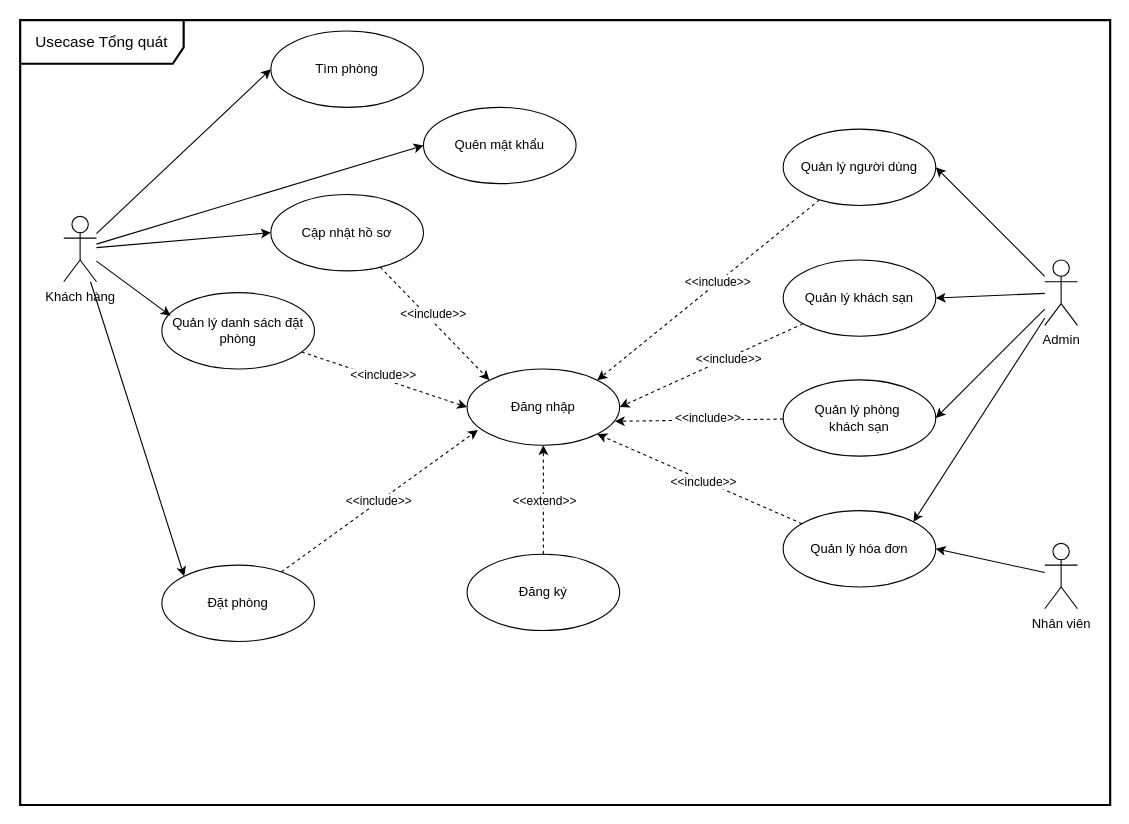
KMA-TTCS-Nhom32/documents keeps this draw.io diagram as page "UCTQ" (1 of 6) of usecase-diagrams.drawio. Above is the earlier version. Source tidied: cells renumbered, new cells numbered last; positions are measured from the earlier drawing's top-left corner, leaving out a move shared by most shapes. Both pictures are drawn from the tidied source at 109%, with x=0, y=0 at pixel (20, 20).
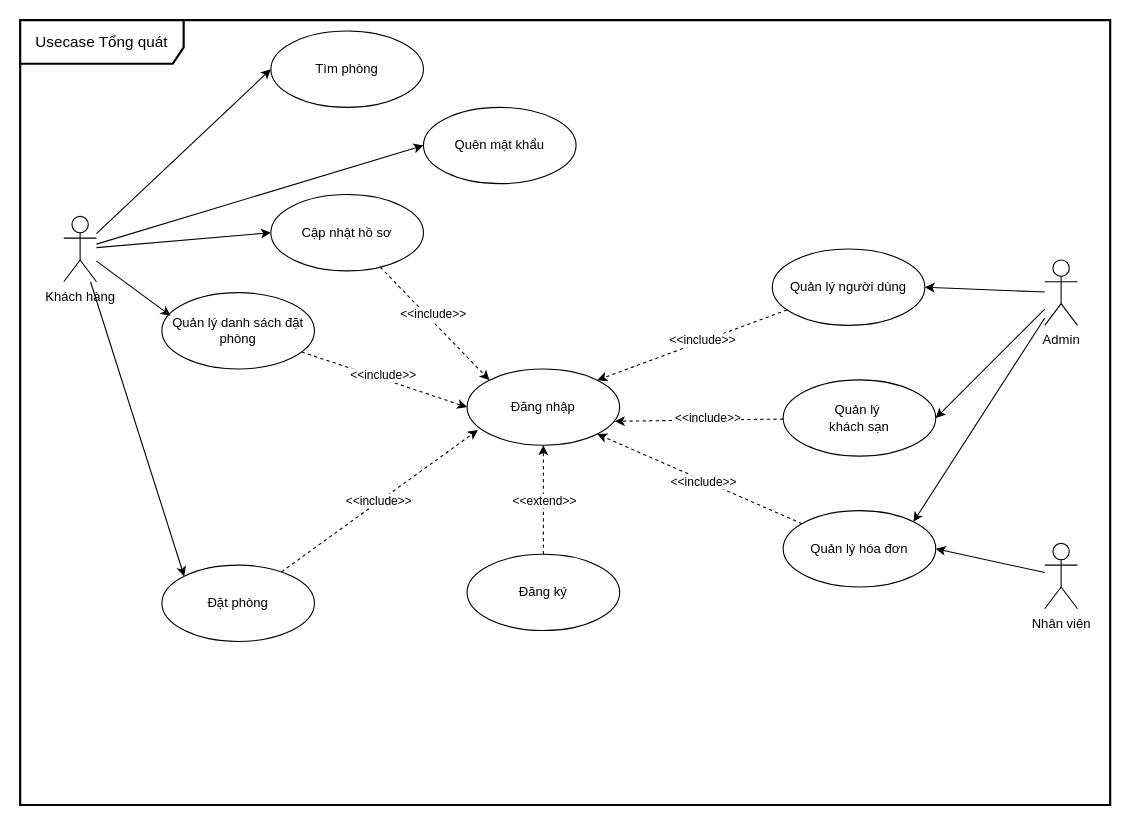
Above is the later version.

The change refers to these unchanged cells:
```xml
<mxCell id="8" value="Đăng nhập" style="ellipse;whiteSpace=wrap;html=1;" parent="1" vertex="1">
  <mxGeometry x="410" y="320" width="140" height="70" as="geometry" />
</mxCell>
<mxCell id="18" value="Admin" style="shape=umlActor;verticalLabelPosition=bottom;verticalAlign=top;html=1;" parent="1" vertex="1">
  <mxGeometry x="940" y="220" width="30" height="60" as="geometry" />
</mxCell>
```

Diff of the diagram source:
```diff
@@
-    <mxCell id="15" style="rounded=0;jettySize=auto;html=1;entryX=1;entryY=0.5;entryDx=0;entryDy=0;" parent="1" edge="1" source="18" target="21">
-      <mxGeometry relative="1" as="geometry" />
-    </mxCell>
@@
-    <mxCell id="19" style="rounded=0;jettySize=auto;html=1;entryX=1;entryY=0.5;entryDx=0;entryDy=0;dashed=1;" parent="1" edge="1" source="21" target="8">
-      <mxGeometry relative="1" as="geometry" />
-    </mxCell>
-    <mxCell id="20" value="&amp;lt;&amp;lt;include&amp;gt;&amp;gt;" style="edgeLabel;html=1;align=center;verticalAlign=middle;" parent="19" vertex="1">
-      <mxGeometry x="-0.1" y="-4" relative="1" as="geometry">
-        <mxPoint x="9" y="1" as="offset" />
-      </mxGeometry>
-    </mxCell>
-    <mxCell id="21" value="Quản lý khách sạn" style="ellipse;whiteSpace=wrap;html=1;" parent="1" vertex="1">
-      <mxGeometry x="700" y="220" width="140" height="70" as="geometry" />
-    </mxCell>
@@
     <mxCell id="24" value="Quản lý người dùng" style="ellipse;whiteSpace=wrap;html=1;" parent="1" vertex="1">
-      <mxGeometry x="700" y="100" width="140" height="70" as="geometry" />
+      <mxGeometry x="690" y="210" width="140" height="70" as="geometry" />
     </mxCell>
-    <mxCell id="25" value="Quản lý phòng&amp;nbsp;&lt;div&gt;khách sạn&lt;/div&gt;" style="ellipse;whiteSpace=wrap;html=1;" parent="1" vertex="1">
+    <mxCell id="25" value="Quản lý&amp;nbsp;&lt;div&gt;khách sạn&lt;/div&gt;" style="ellipse;whiteSpace=wrap;html=1;" parent="1" vertex="1">
       <mxGeometry x="700" y="330" width="140" height="70" as="geometry" />
     </mxCell>
```
